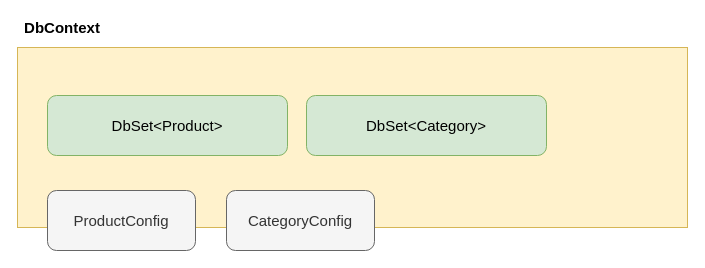
Before: page "EF CORE" (2 of 2) of Draws.drawio in MMucahit/BtkAkademi.NET, a draw.io diagram. Source tidied: cells renumbered, new cells numbered last; positions are measured from the earlier drawing's top-left corner, leaving out a move shared by most shapes. Both pictures are drawn from the tidied source at 100%, with x=0, y=0 at pixel (17, 17).
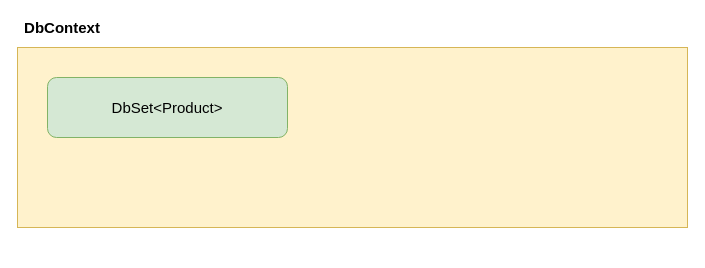
Above is the later version.

The edit, as a diff of the source:
```diff
@@
 <mxGraphModel>
   <root>
     <mxCell id="0" />
     <mxCell id="1" parent="0" />
     <mxCell id="2" style="rounded=0;whiteSpace=wrap;html=1;fillColor=#fff2cc;strokeColor=#d6b656;" parent="1" vertex="1">
       <mxGeometry y="30" width="670" height="180" as="geometry" />
     </mxCell>
     <mxCell id="3" value="DbContext" style="text;html=1;strokeColor=none;fillColor=none;align=center;verticalAlign=middle;whiteSpace=wrap;rounded=0;fontSize=15;fontStyle=1;" parent="1" vertex="1">
       <mxGeometry width="90" height="20" as="geometry" />
     </mxCell>
     <mxCell id="4" value="DbSet&amp;lt;Product&amp;gt;" style="rounded=1;whiteSpace=wrap;html=1;fontSize=15;fillColor=#d5e8d4;strokeColor=#82b366;" parent="1" vertex="1">
-      <mxGeometry x="30" y="78" width="240" height="60" as="geometry" />
+      <mxGeometry x="30" y="60" width="240" height="60" as="geometry" />
     </mxCell>
-    <mxCell id="5" value="ProductConfig" style="rounded=1;whiteSpace=wrap;html=1;fontSize=15;fillColor=#f5f5f5;strokeColor=#666666;fontColor=#333333;" parent="1" vertex="1">
-      <mxGeometry x="30" y="173" width="148" height="60" as="geometry" />
-    </mxCell>
-    <mxCell id="6" value="DbSet&amp;lt;Category&amp;gt;" style="rounded=1;whiteSpace=wrap;html=1;fontSize=15;fillColor=#d5e8d4;strokeColor=#82b366;" parent="1" vertex="1">
-      <mxGeometry x="289" y="78" width="240" height="60" as="geometry" />
-    </mxCell>
-    <mxCell id="7" value="CategoryConfig" style="rounded=1;whiteSpace=wrap;html=1;fontSize=15;fillColor=#f5f5f5;strokeColor=#666666;fontColor=#333333;" parent="1" vertex="1">
-      <mxGeometry x="209" y="173" width="148" height="60" as="geometry" />
-    </mxCell>
   </root>
 </mxGraphModel>
```
